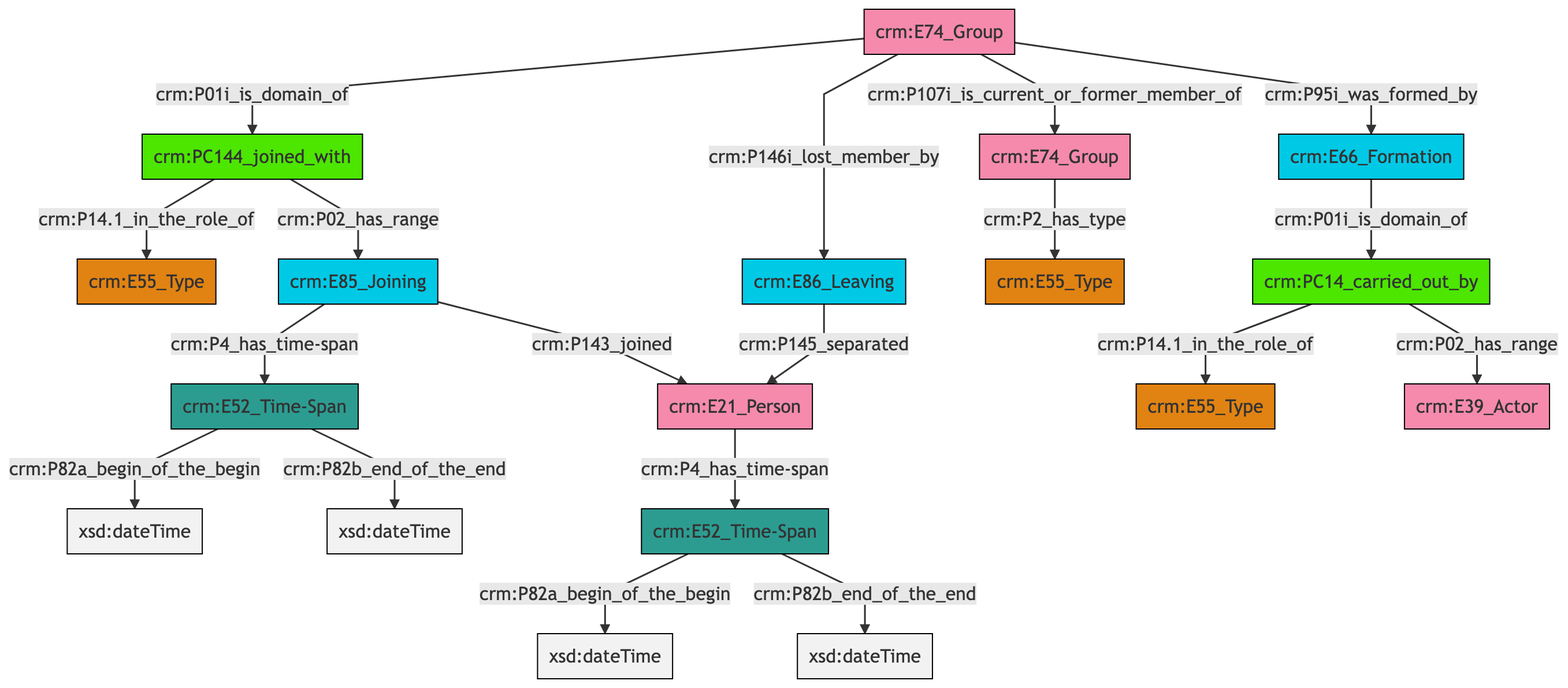
Earlier version of the Mermaid export et/groupCSV/ttl/mmd/png/group_actor_relations.png (ncarboni/srdm). Its source is kept beside it as et/groupCSV/ttl/mmd/group_actor_relations.ttl.mmd.
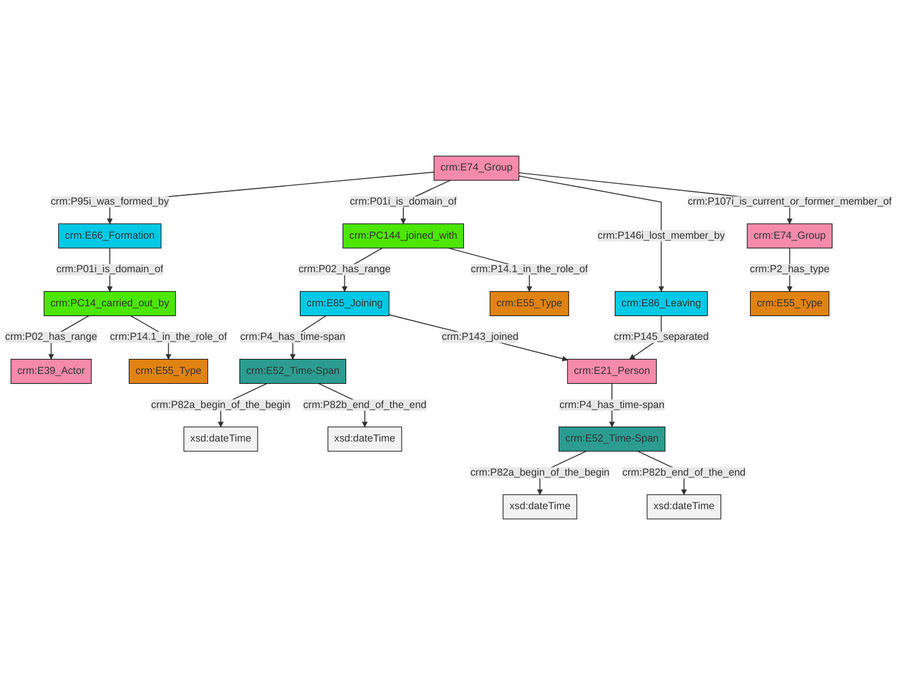
The same file after the commit.

Change to the diagram source:
```diff
@@ -13,21 +13,21 @@
 classDef PC_Classes fill:#4ce600, stroke:#000000;
 classDef Multi fill:#cccccc,stroke:#000000;
 
-4["crm:E74_Group"]:::Actor -->|crm:P01i_is_domain_of| 0["crm:PC144_joined_with"]:::PC_Classes
-9["crm:PC14_carried_out_by"]:::PC_Classes -->|crm:P14.1_in_the_role_of| 10["crm:E55_Type"]:::Type
-11["crm:E21_Person"]:::Actor -->|crm:P4_has_time-span| 12["crm:E52_Time-Span"]:::Time-Span
-2["crm:E85_Joining"]:::Temporal_Entity -->|crm:P4_has_time-span| 16["crm:E52_Time-Span"]:::Time-Span
-4["crm:E74_Group"]:::Actor -->|crm:P146i_lost_member_by| 14["crm:E86_Leaving"]:::Temporal_Entity
-4["crm:E74_Group"]:::Actor -->|crm:P107i_is_current_or_former_member_of| 19["crm:E74_Group"]:::Actor
-14["crm:E86_Leaving"]:::Temporal_Entity -->|crm:P145_separated| 11["crm:E21_Person"]:::Actor
-2["crm:E85_Joining"]:::Temporal_Entity -->|crm:P143_joined| 11["crm:E21_Person"]:::Actor
-16["crm:E52_Time-Span"]:::Time-Span -->|crm:P82a_begin_of_the_begin| 21[xsd:dateTime]:::Literal
-12["crm:E52_Time-Span"]:::Time-Span -->|crm:P82a_begin_of_the_begin| 22[xsd:dateTime]:::Literal
-0["crm:PC144_joined_with"]:::PC_Classes -->|crm:P14.1_in_the_role_of| 5["crm:E55_Type"]:::Type
-16["crm:E52_Time-Span"]:::Time-Span -->|crm:P82b_end_of_the_end| 24[xsd:dateTime]:::Literal
-12["crm:E52_Time-Span"]:::Time-Span -->|crm:P82b_end_of_the_end| 25[xsd:dateTime]:::Literal
-19["crm:E74_Group"]:::Actor -->|crm:P2_has_type| 7["crm:E55_Type"]:::Type
-9["crm:PC14_carried_out_by"]:::PC_Classes -->|crm:P02_has_range| 27["crm:E39_Actor"]:::Actor
-4["crm:E74_Group"]:::Actor -->|crm:P95i_was_formed_by| 17["crm:E66_Formation"]:::Temporal_Entity
-17["crm:E66_Formation"]:::Temporal_Entity -->|crm:P01i_is_domain_of| 9["crm:PC14_carried_out_by"]:::PC_Classes
-0["crm:PC144_joined_with"]:::PC_Classes -->|crm:P02_has_range| 2["crm:E85_Joining"]:::Temporal_Entity
+0["crm:E74_Group"]:::Actor -->|crm:P95i_was_formed_by| 1["crm:E66_Formation"]:::Temporal_Entity
+2["crm:E74_Group"]:::Actor -->|crm:P2_has_type| 3["crm:E55_Type"]:::Type
+6["crm:E86_Leaving"]:::Temporal_Entity -->|crm:P145_separated| 7["crm:E21_Person"]:::Actor
+1["crm:E66_Formation"]:::Temporal_Entity -->|crm:P01i_is_domain_of| 8["crm:PC14_carried_out_by"]:::PC_Classes
+0["crm:E74_Group"]:::Actor -->|crm:P01i_is_domain_of| 12["crm:PC144_joined_with"]:::PC_Classes
+0["crm:E74_Group"]:::Actor -->|crm:P146i_lost_member_by| 6["crm:E86_Leaving"]:::Temporal_Entity
+0["crm:E74_Group"]:::Actor -->|crm:P107i_is_current_or_former_member_of| 2["crm:E74_Group"]:::Actor
+15["crm:E52_Time-Span"]:::Time-Span -->|crm:P82a_begin_of_the_begin| 16[xsd:dateTime]:::Literal
+15["crm:E52_Time-Span"]:::Time-Span -->|crm:P82b_end_of_the_end| 18[xsd:dateTime]:::Literal
+12["crm:PC144_joined_with"]:::PC_Classes -->|crm:P02_has_range| 22["crm:E85_Joining"]:::Temporal_Entity
+22["crm:E85_Joining"]:::Temporal_Entity -->|crm:P4_has_time-span| 15["crm:E52_Time-Span"]:::Time-Span
+24["crm:E52_Time-Span"]:::Time-Span -->|crm:P82a_begin_of_the_begin| 25[xsd:dateTime]:::Literal
+8["crm:PC14_carried_out_by"]:::PC_Classes -->|crm:P02_has_range| 20["crm:E39_Actor"]:::Actor
+7["crm:E21_Person"]:::Actor -->|crm:P4_has_time-span| 24["crm:E52_Time-Span"]:::Time-Span
+12["crm:PC144_joined_with"]:::PC_Classes -->|crm:P14.1_in_the_role_of| 4["crm:E55_Type"]:::Type
+22["crm:E85_Joining"]:::Temporal_Entity -->|crm:P143_joined| 7["crm:E21_Person"]:::Actor
+8["crm:PC14_carried_out_by"]:::PC_Classes -->|crm:P14.1_in_the_role_of| 10["crm:E55_Type"]:::Type
+24["crm:E52_Time-Span"]:::Time-Span -->|crm:P82b_end_of_the_end| 34[xsd:dateTime]:::Literal
```
